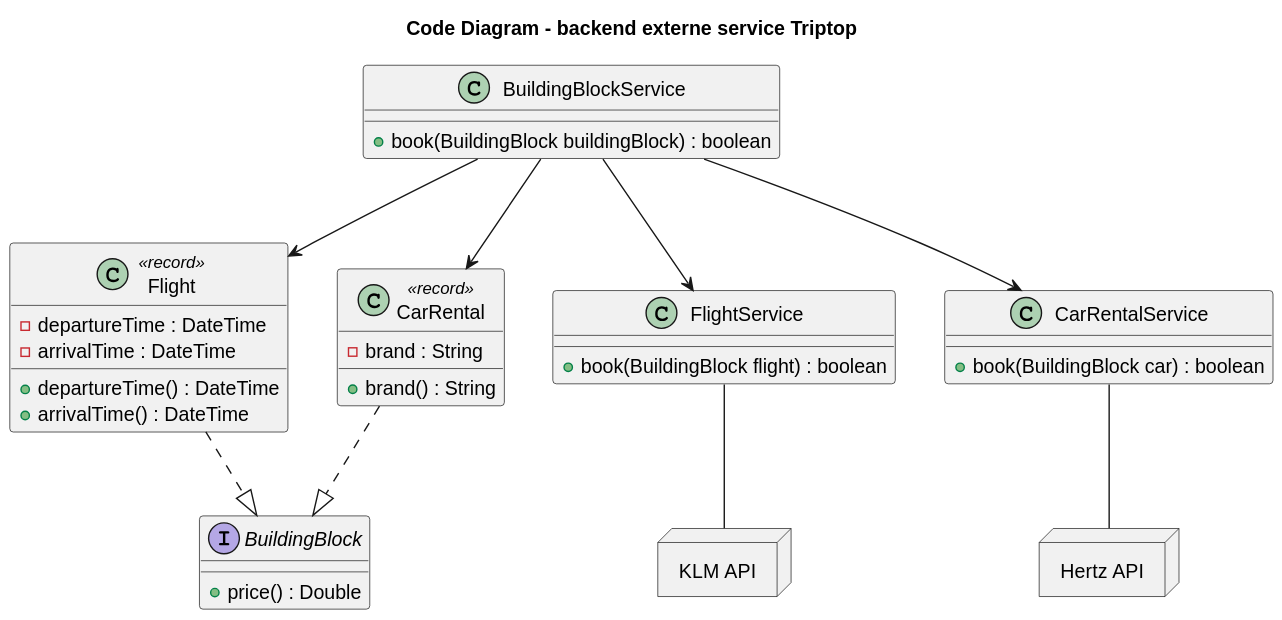
The PlantUML diagram software-guidebook/code_diagram_stefan.svg in AIM-ENE-feb25/triptop-groep-tweeeeeeeeeeeeeeeeeeeeee, before a commit.
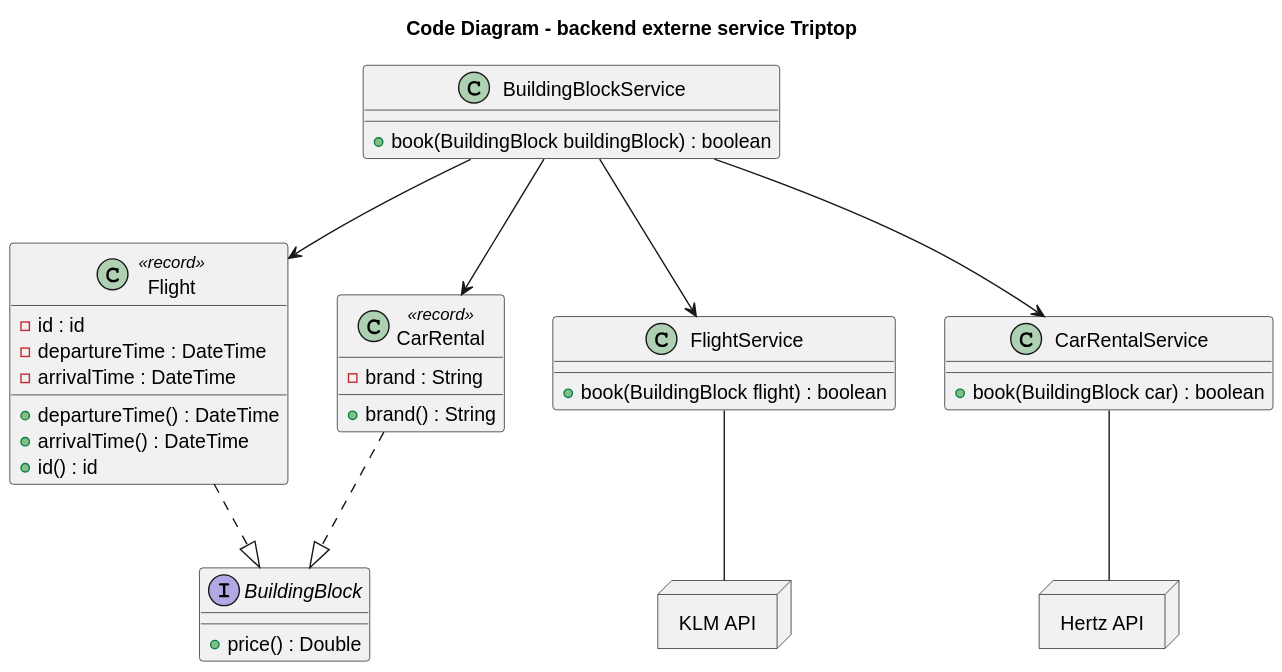
Later version of the same file.

Change to the diagram source:
```diff
@@ -2,10 +2,12 @@
 title Code Diagram - backend externe service Triptop
 
 class Flight <<record>> {
+    -id : id
     -departureTime : DateTime
     -arrivalTime : DateTime
     +departureTime() : DateTime
     +arrivalTime() : DateTime
+    +id() : id
 }
 
 class CarRental <<record>> {
```
